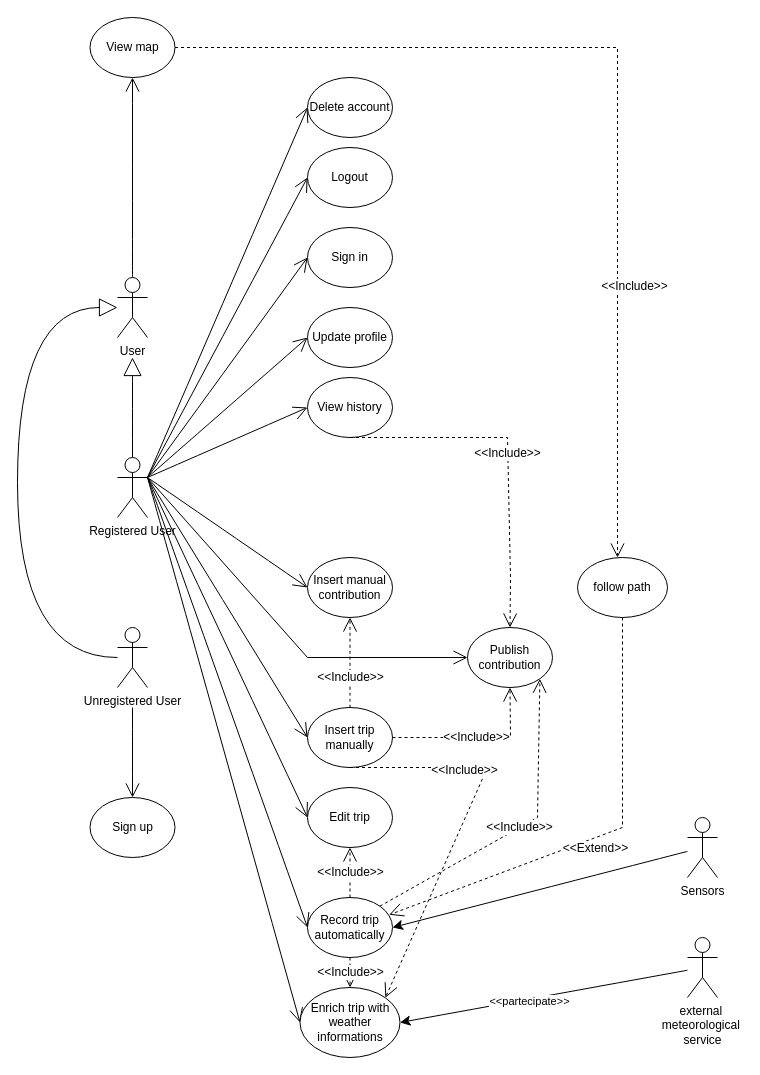
Francesco2035/RavelliRausaPoggi keeps this draw.io diagram as RASD/Version1.0/images/use_case_diagram.drawio. Above is the earlier version. Source tidied: cells renumbered, new cells numbered last; positions are measured from the earlier drawing's top-left corner, leaving out a move shared by most shapes. Both pictures are drawn from the tidied source at 100%, with x=0, y=0 at pixel (17, 17).
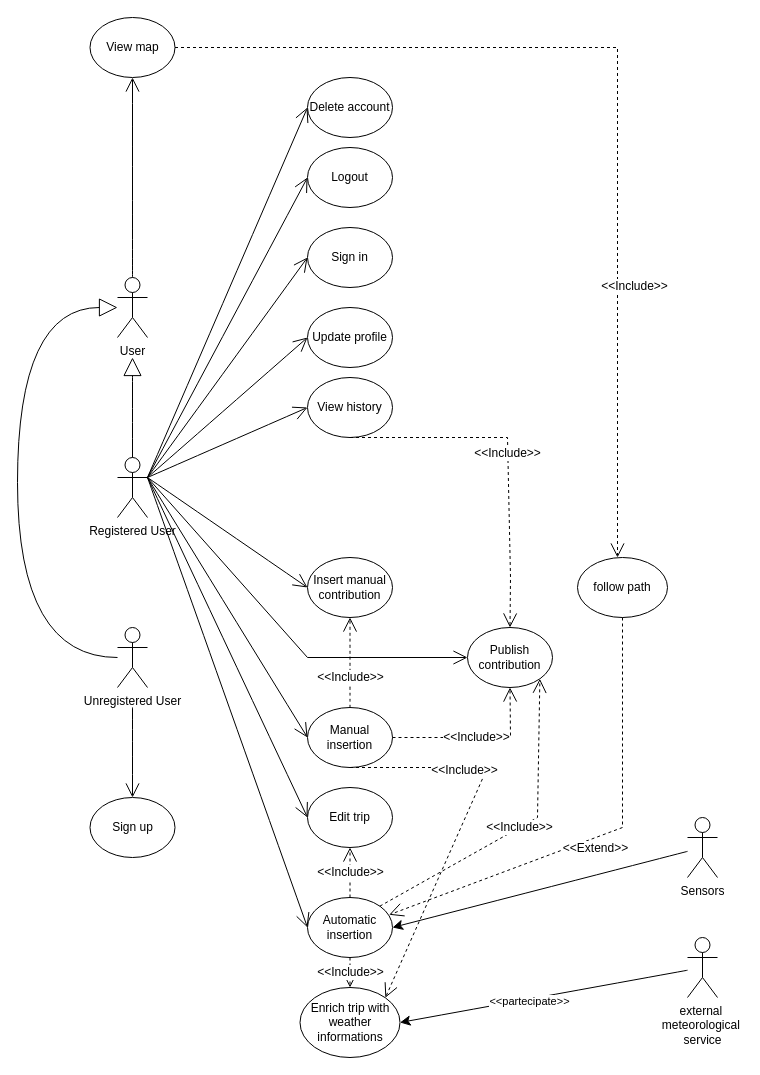
Above is the later version.

The change refers to these unchanged cells:
```xml
<mxCell id="45" value="Enrich trip with weather informations" style="ellipse;whiteSpace=wrap;html=1;" parent="1" vertex="1">
  <mxGeometry x="282.5" y="970" width="100" height="70" as="geometry" />
</mxCell>
```

The edit, as a diff of the source:
```diff
@@
-    <mxCell id="17" value="Insert trip manually" style="ellipse;whiteSpace=wrap;html=1;" parent="1" vertex="1">
+    <mxCell id="17" value="Manual insertion" style="ellipse;whiteSpace=wrap;html=1;" parent="1" vertex="1">
       <mxGeometry x="290" y="690" width="85" height="60" as="geometry" />
     </mxCell>
@@
-    <mxCell id="19" value="Record trip automatically" style="ellipse;whiteSpace=wrap;html=1;" parent="1" vertex="1">
+    <mxCell id="19" value="Automatic insertion" style="ellipse;whiteSpace=wrap;html=1;" parent="1" vertex="1">
       <mxGeometry x="290" y="880" width="85" height="60" as="geometry" />
     </mxCell>
@@
-    <mxCell id="44" style="endArrow=open;endFill=1;endSize=12;html=1;rounded=0;fontSize=12;curved=1;entryX=0;entryY=0.5;entryDx=0;entryDy=0;" parent="1" edge="1" target="45">
-      <mxGeometry relative="1" as="geometry">
-        <mxPoint x="130" y="460" as="sourcePoint" />
-      </mxGeometry>
-    </mxCell>
```
